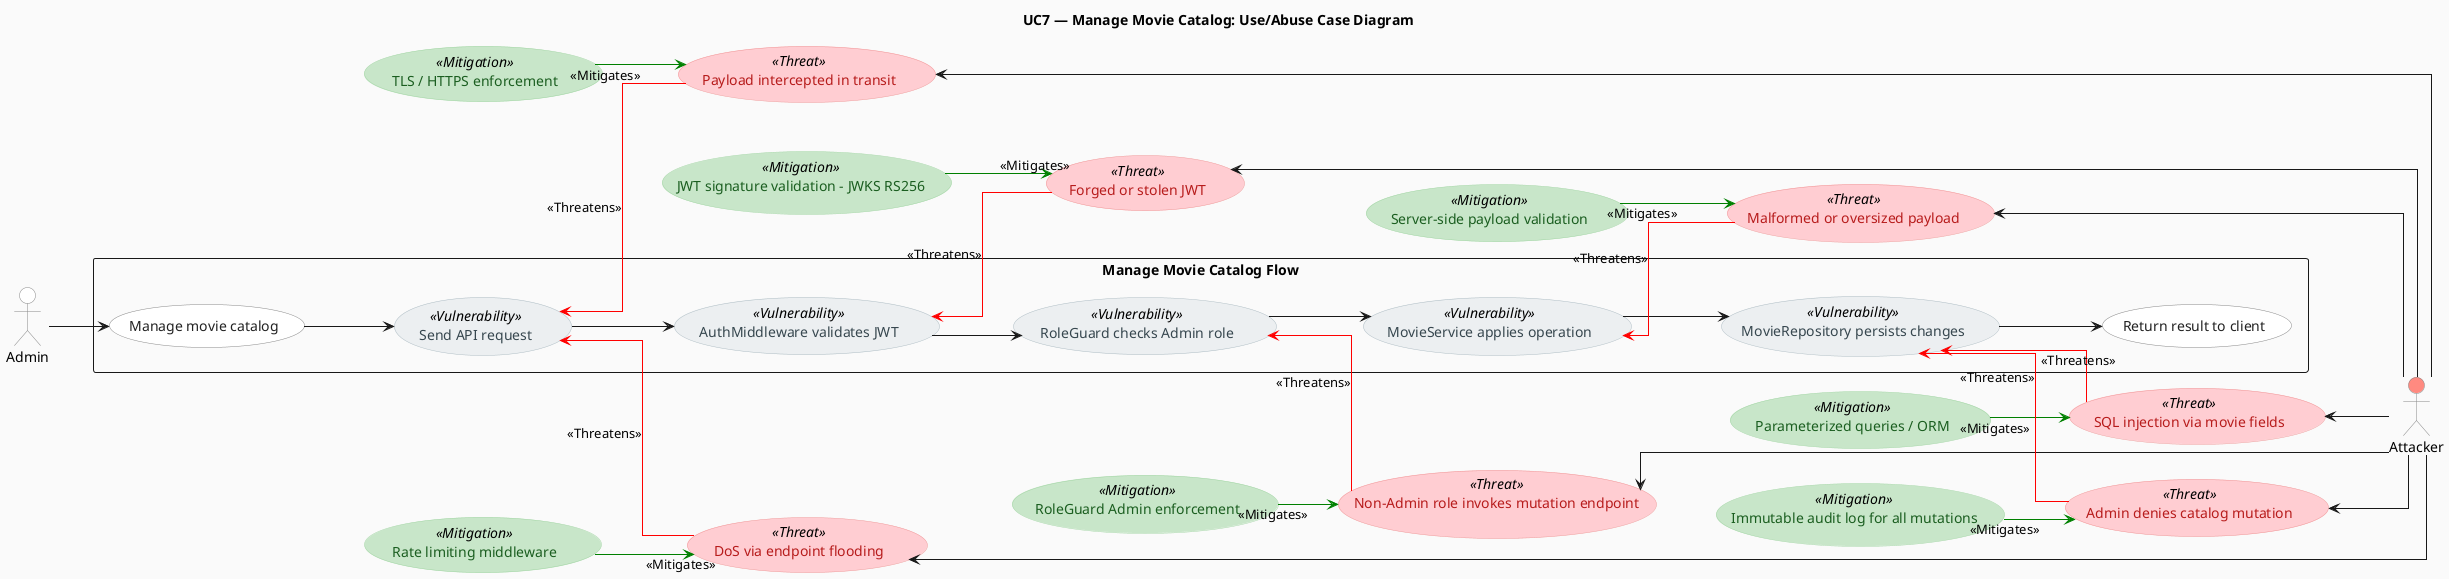
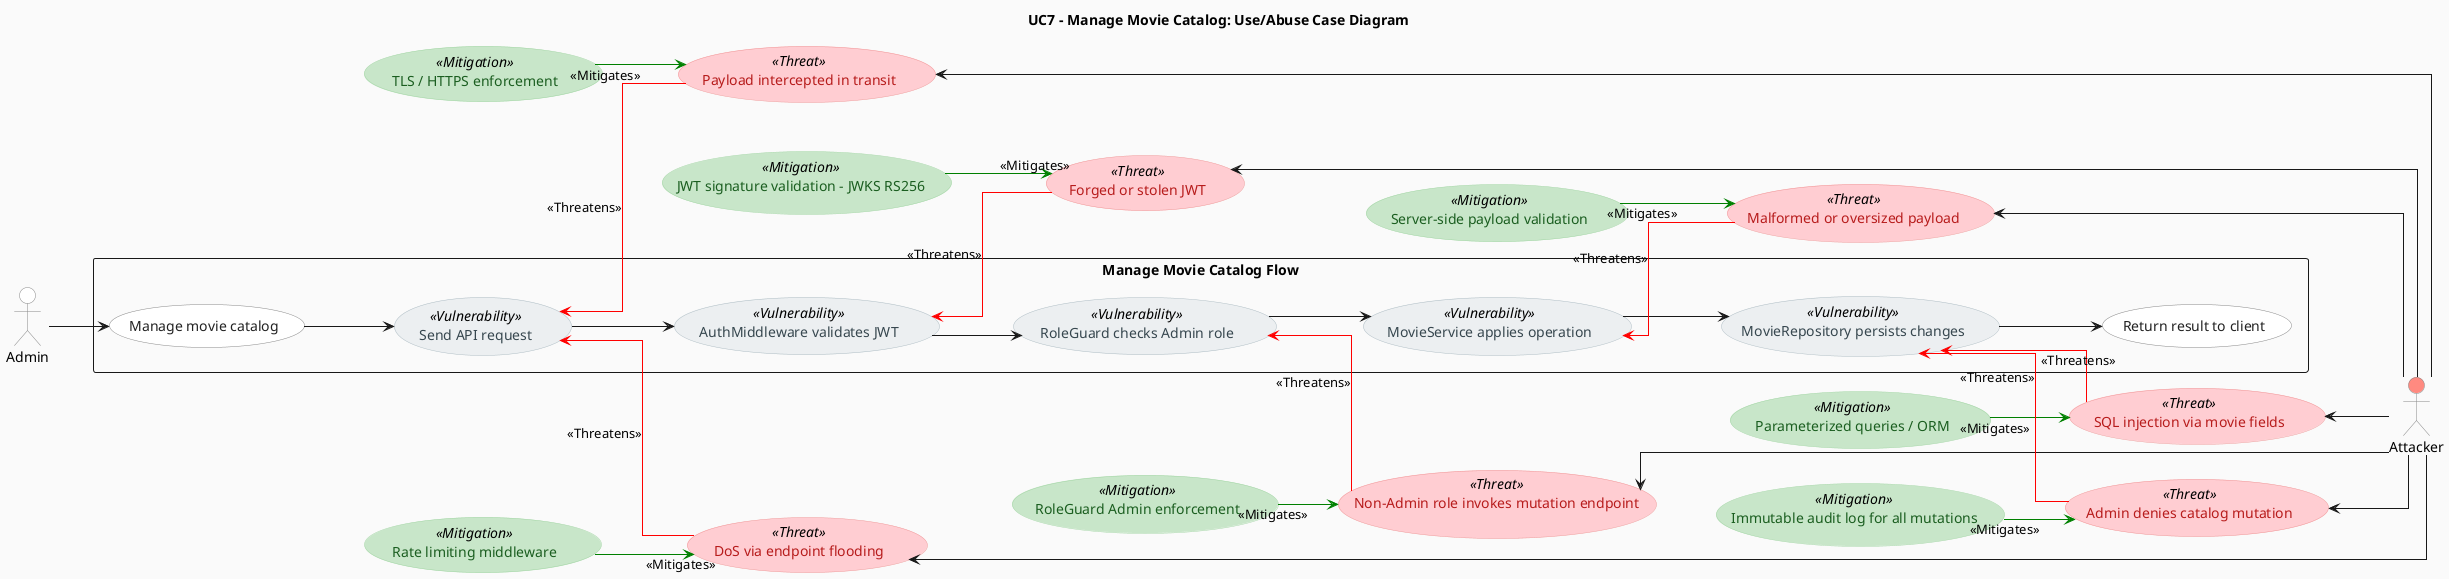
@startuml
left to right direction
skinparam linetype ortho
skinparam shadowing false
skinparam backgroundColor #FAFAFA

skinparam usecase {
  BackgroundColor #FFFFFF
  BorderColor #888888
  FontColor #222222
}
skinparam usecase {
  BackgroundColor<<Threat>> #FFCDD2
  FontColor<<Threat>> #B71C1C
  BorderColor<<Threat>> #EF9A9A
}
skinparam usecase {
  BackgroundColor<<Mitigation>> #C8E6C9
  FontColor<<Mitigation>> #1B5E20
  BorderColor<<Mitigation>> #A5D6A7
}
skinparam usecase {
  BackgroundColor<<Vulnerability>> #ECEFF1
  FontColor<<Vulnerability>> #37474F
  BorderColor<<Vulnerability>> #B0BEC5
}

skinparam actor {
  BackgroundColor #FFFFFF
  BorderColor #888888
}

- title UC7 — Manage Movie Catalog: Use/Abuse Case Diagram
+ title UC7 - Manage Movie Catalog: Use/Abuse Case Diagram

actor Admin
actor Attacker #FF8A80

' --- LEGITIMATE FLOW
rectangle "Manage Movie Catalog Flow" {
  Admin --> (Manage movie catalog)
  (Manage movie catalog) --> (Send API request)
  (Send API request) --> (AuthMiddleware validates JWT) <<Mitigation>>
  (AuthMiddleware validates JWT) --> (RoleGuard checks Admin role) <<Mitigation>>
  (RoleGuard checks Admin role) --> (MovieService applies operation)
  (MovieService applies operation) --> (MovieRepository persists changes)
  (MovieRepository persists changes) --> (Return result to client)
}

' --- VULNERABILITIES
(Send API request) <<Vulnerability>>
(AuthMiddleware validates JWT) <<Vulnerability>>
(RoleGuard checks Admin role) <<Vulnerability>>
(MovieService applies operation) <<Vulnerability>>
(MovieRepository persists changes) <<Vulnerability>>

' --- PAIR 1: Forged or stolen JWT
(AuthMiddleware validates JWT) <-- (Forged or stolen JWT) #red : <<Threatens>>
(Forged or stolen JWT) <<Threat>>
(Forged or stolen JWT) <-- Attacker
(JWT signature validation - JWKS RS256) <<Mitigation>>
(JWT signature validation - JWKS RS256) --> (Forged or stolen JWT) #green : <<Mitigates>>

' --- PAIR 2: Privilege escalation
(RoleGuard checks Admin role) <-- (Non-Admin role invokes mutation endpoint) #red : <<Threatens>>
(Non-Admin role invokes mutation endpoint) <<Threat>>
(Non-Admin role invokes mutation endpoint) <-- Attacker
(RoleGuard Admin enforcement) <<Mitigation>>
(RoleGuard Admin enforcement) --> (Non-Admin role invokes mutation endpoint) #green : <<Mitigates>>

' --- PAIR 3: Malformed payload
(MovieService applies operation) <-- (Malformed or oversized payload) #red : <<Threatens>>
(Malformed or oversized payload) <<Threat>>
(Malformed or oversized payload) <-- Attacker
(Server-side payload validation) <<Mitigation>>
(Server-side payload validation) --> (Malformed or oversized payload) #green : <<Mitigates>>

' --- PAIR 4: SQL injection
(MovieRepository persists changes) <-- (SQL injection via movie fields) #red : <<Threatens>>
(SQL injection via movie fields) <<Threat>>
(SQL injection via movie fields) <-- Attacker
(Parameterized queries / ORM) <<Mitigation>>
(Parameterized queries / ORM) --> (SQL injection via movie fields) #green : <<Mitigates>>

' --- PAIR 5: Repudiation
(MovieRepository persists changes) <-- (Admin denies catalog mutation) #red : <<Threatens>>
(Admin denies catalog mutation) <<Threat>>
(Admin denies catalog mutation) <-- Attacker
(Immutable audit log for all mutations) <<Mitigation>>
(Immutable audit log for all mutations) --> (Admin denies catalog mutation) #green : <<Mitigates>>

' --- PAIR 6: DoS
(Send API request) <-- (DoS via endpoint flooding) #red : <<Threatens>>
(DoS via endpoint flooding) <<Threat>>
(DoS via endpoint flooding) <-- Attacker
(Rate limiting middleware) <<Mitigation>>
(Rate limiting middleware) --> (DoS via endpoint flooding) #green : <<Mitigates>>

' --- PAIR 7: Interception in transit
(Send API request) <-- (Payload intercepted in transit) #red : <<Threatens>>
(Payload intercepted in transit) <<Threat>>
(Payload intercepted in transit) <-- Attacker
(TLS / HTTPS enforcement) <<Mitigation>>
(TLS / HTTPS enforcement) --> (Payload intercepted in transit) #green : <<Mitigates>>

@enduml
